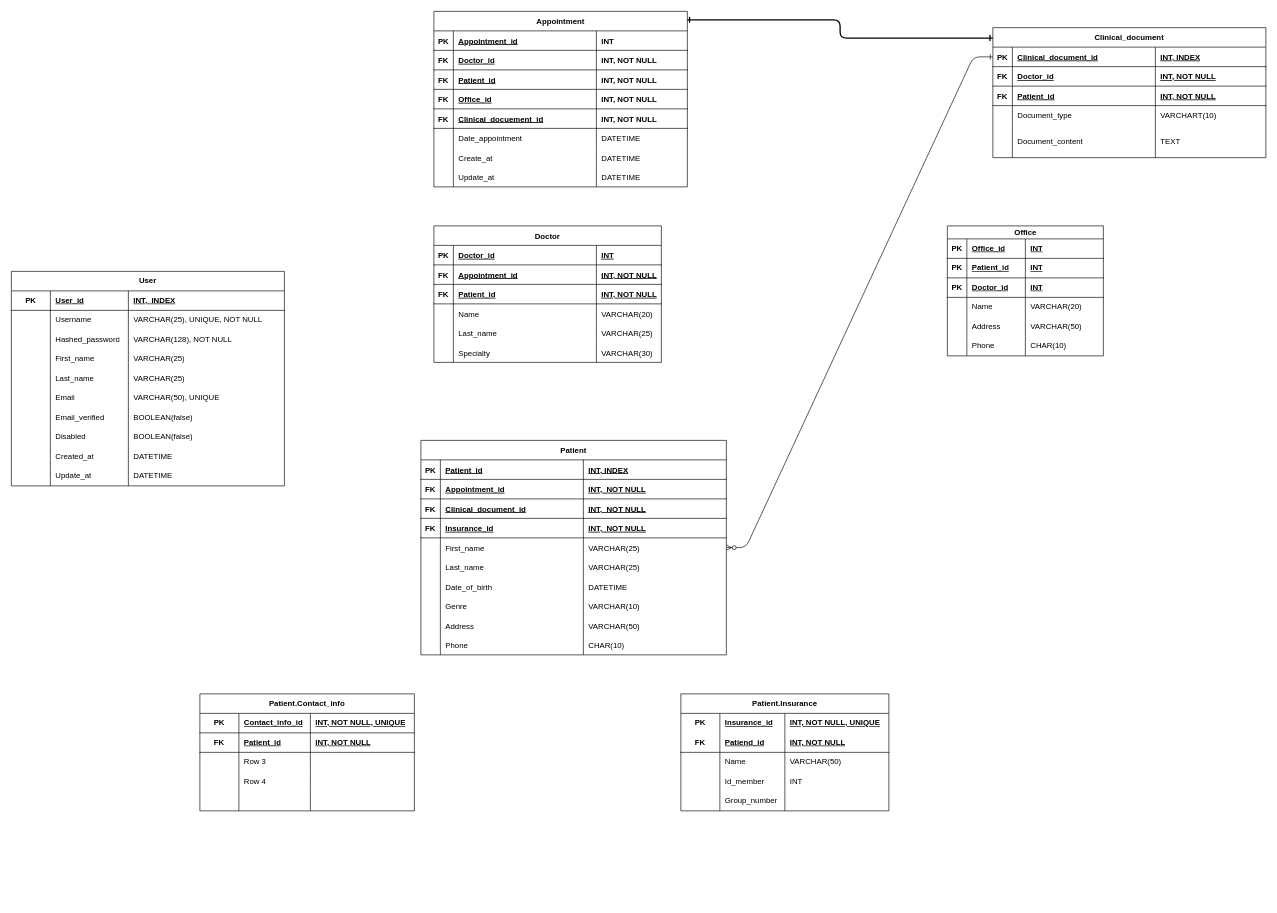
The draw.io diagram assets/Medipro - Diagrama Entidad-Relación.drawio in No-Country/s10-18-n-python-react, before the edit. Source tidied: cells renumbered, new cells numbered last; positions are measured from the earlier drawing's top-left corner, leaving out a move shared by most shapes. Both pictures are drawn from the tidied source at 65%, with x=0, y=0 at pixel (11, 11).
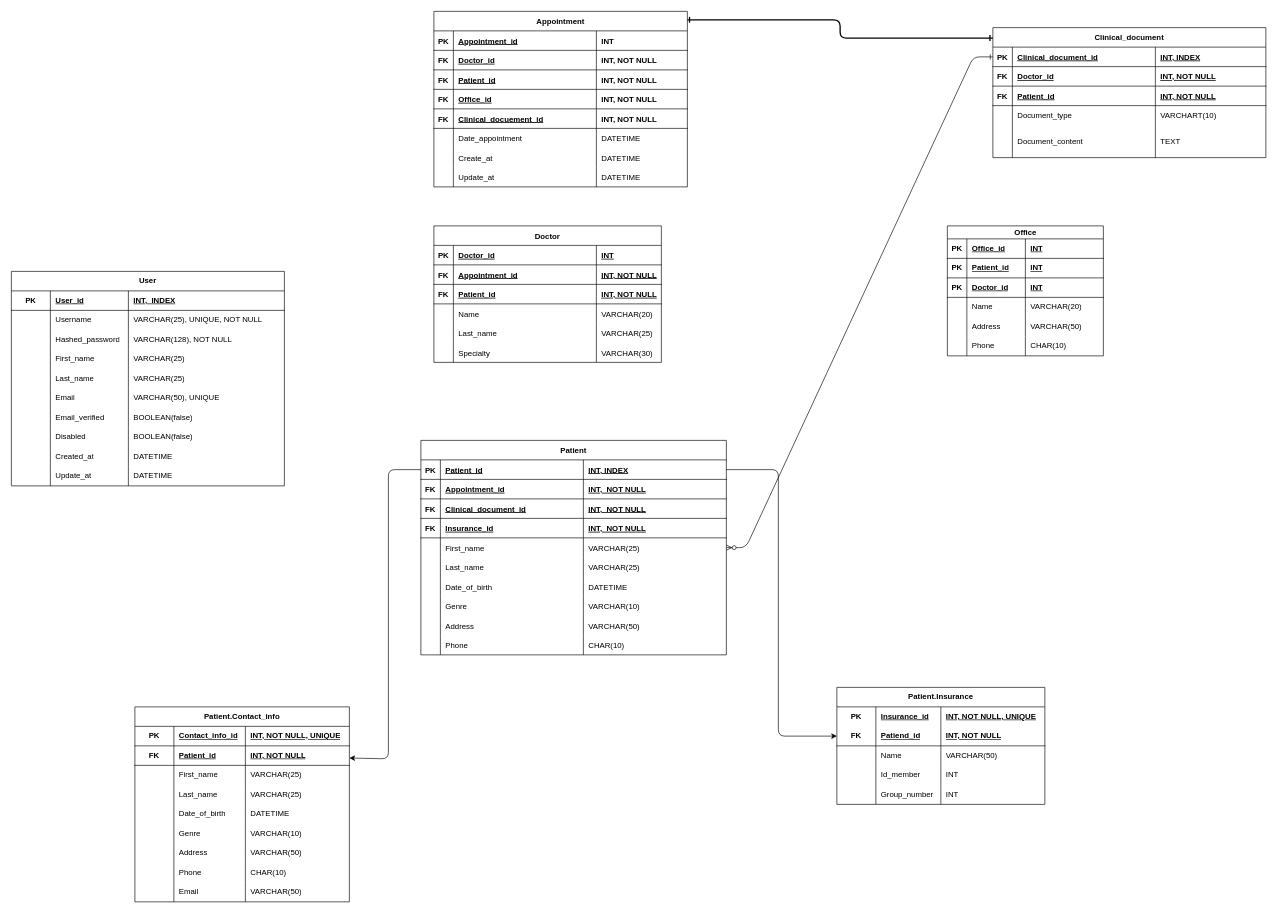
Above is the later version.

Commit message:
chore: ERD complete

The change refers to these unchanged cells:
```xml
<mxCell id="25" style="shape=partialRectangle;fillColor=none;points=[[0,0.5],[1,0.5]];portConstraint=eastwest;top=0;left=0;right=0;bottom=1;" parent="24" vertex="1">
  <mxGeometry y="30" width="470" height="30" as="geometry" />
</mxCell>
<mxCell id="196" style="shape=tableRow;horizontal=0;startSize=0;swimlaneHead=0;swimlaneBody=0;fillColor=none;points=[[0,0.5],[1,0.5]];portConstraint=eastwest;top=0;left=0;right=0;bottom=1;html=1;" parent="191" vertex="1">
  <mxGeometry y="60" width="320" height="30" as="geometry" />
</mxCell>
<mxCell id="208" style="shape=tableRow;horizontal=0;startSize=0;swimlaneHead=0;swimlaneBody=0;fillColor=none;top=0;left=0;right=0;bottom=0;html=1;" parent="191" vertex="1">
  <mxGeometry y="150" width="320" height="30" as="geometry" />
</mxCell>
<mxCell id="217" style="shape=tableRow;horizontal=0;startSize=0;swimlaneHead=0;swimlaneBody=0;fillColor=none;points=[[0,0.5],[1,0.5]];portConstraint=eastwest;top=0;left=0;right=0;bottom=1;html=1;" parent="212" vertex="1">
  <mxGeometry y="60" width="330" height="30" as="geometry" />
</mxCell>
<mxCell id="221" style="shape=tableRow;horizontal=0;startSize=0;swimlaneHead=0;swimlaneBody=0;fillColor=none;top=0;left=0;right=0;bottom=0;html=1;" parent="212" vertex="1">
  <mxGeometry y="90" width="330" height="30" as="geometry" />
</mxCell>
<mxCell id="225" style="shape=tableRow;horizontal=0;startSize=0;swimlaneHead=0;swimlaneBody=0;fillColor=none;top=0;left=0;right=0;bottom=0;html=1;" parent="212" vertex="1">
  <mxGeometry y="120" width="330" height="30" as="geometry" />
</mxCell>
<mxCell id="229" style="shape=tableRow;horizontal=0;startSize=0;swimlaneHead=0;swimlaneBody=0;fillColor=none;top=0;left=0;right=0;bottom=0;html=1;" parent="212" vertex="1">
  <mxGeometry y="150" width="330" height="30" as="geometry" />
</mxCell>
```

The edit, as a diff of the source:
```diff
@@
     <mxCell id="191" value="Patient.Insurance" style="shape=table;startSize=30;childLayout=tableLayout;rowLines=0;fontStyle=1;align=center;html=1;whiteSpace=wrap;" parent="1" vertex="1">
-      <mxGeometry x="1030" y="1050" width="320" height="180" as="geometry" />
+      <mxGeometry x="1270" y="1040" width="320" height="180" as="geometry" />
     </mxCell>
@@
-    <mxCell id="211" style="shape=partialRectangle;fillColor=none;top=0;left=0;bottom=0;right=0;align=left;spacingLeft=6;overflow=hidden;html=1;whiteSpace=wrap;" parent="208" vertex="1">
+    <mxCell id="211" value="INT" style="shape=partialRectangle;fillColor=none;top=0;left=0;bottom=0;right=0;align=left;spacingLeft=6;overflow=hidden;html=1;whiteSpace=wrap;" parent="208" vertex="1">
       <mxGeometry x="160" width="160" height="30" as="geometry" />
     </mxCell>
     <mxCell id="212" value="Patient.Contact_info" style="shape=table;startSize=30;childLayout=tableLayout;rowLines=0;fontStyle=1;align=center;html=1;whiteSpace=wrap;" parent="1" vertex="1">
-      <mxGeometry x="290" y="1050" width="330" height="180" as="geometry" />
+      <mxGeometry x="190" y="1070" width="330" height="300" as="geometry" />
     </mxCell>
@@
-    <mxCell id="223" value="Row 3" style="shape=partialRectangle;fillColor=none;top=0;left=0;bottom=0;right=0;align=left;spacingLeft=6;overflow=hidden;html=1;whiteSpace=wrap;" parent="221" vertex="1">
+    <mxCell id="223" value="First_name" style="shape=partialRectangle;fillColor=none;top=0;left=0;bottom=0;right=0;align=left;spacingLeft=6;overflow=hidden;html=1;whiteSpace=wrap;" parent="221" vertex="1">
       <mxGeometry x="60" width="110" height="30" as="geometry" />
     </mxCell>
-    <mxCell id="224" style="shape=partialRectangle;fillColor=none;top=0;left=0;bottom=0;right=0;align=left;spacingLeft=6;overflow=hidden;html=1;whiteSpace=wrap;" parent="221" vertex="1">
+    <mxCell id="224" value="&lt;span style=&quot;&quot;&gt;VARCHAR(25)&lt;/span&gt;" style="shape=partialRectangle;fillColor=none;top=0;left=0;bottom=0;right=0;align=left;spacingLeft=6;overflow=hidden;html=1;whiteSpace=wrap;" parent="221" vertex="1">
       <mxGeometry x="170" width="160" height="30" as="geometry" />
     </mxCell>
@@
-    <mxCell id="227" value="Row 4" style="shape=partialRectangle;fillColor=none;top=0;left=0;bottom=0;right=0;align=left;spacingLeft=6;overflow=hidden;html=1;whiteSpace=wrap;" parent="225" vertex="1">
+    <mxCell id="227" value="Last_name" style="shape=partialRectangle;fillColor=none;top=0;left=0;bottom=0;right=0;align=left;spacingLeft=6;overflow=hidden;html=1;whiteSpace=wrap;" parent="225" vertex="1">
       <mxGeometry x="60" width="110" height="30" as="geometry" />
     </mxCell>
-    <mxCell id="228" style="shape=partialRectangle;fillColor=none;top=0;left=0;bottom=0;right=0;align=left;spacingLeft=6;overflow=hidden;html=1;whiteSpace=wrap;" parent="225" vertex="1">
+    <mxCell id="228" value="&lt;span style=&quot;&quot;&gt;VARCHAR(25)&lt;/span&gt;" style="shape=partialRectangle;fillColor=none;top=0;left=0;bottom=0;right=0;align=left;spacingLeft=6;overflow=hidden;html=1;whiteSpace=wrap;" parent="225" vertex="1">
       <mxGeometry x="170" width="160" height="30" as="geometry" />
     </mxCell>
@@
-    <mxCell id="231" style="shape=partialRectangle;fillColor=none;top=0;left=0;bottom=0;right=0;align=left;spacingLeft=6;overflow=hidden;html=1;whiteSpace=wrap;" parent="229" vertex="1">
+    <mxCell id="231" value="&lt;span style=&quot;&quot;&gt;Date_of_birth&lt;/span&gt;" style="shape=partialRectangle;fillColor=none;top=0;left=0;bottom=0;right=0;align=left;spacingLeft=6;overflow=hidden;html=1;whiteSpace=wrap;" parent="229" vertex="1">
       <mxGeometry x="60" width="110" height="30" as="geometry" />
     </mxCell>
-    <mxCell id="232" style="shape=partialRectangle;fillColor=none;top=0;left=0;bottom=0;right=0;align=left;spacingLeft=6;overflow=hidden;html=1;whiteSpace=wrap;" parent="229" vertex="1">
+    <mxCell id="232" value="&lt;span style=&quot;&quot;&gt;DATETIME&lt;/span&gt;" style="shape=partialRectangle;fillColor=none;top=0;left=0;bottom=0;right=0;align=left;spacingLeft=6;overflow=hidden;html=1;whiteSpace=wrap;" parent="229" vertex="1">
       <mxGeometry x="170" width="160" height="30" as="geometry" />
     </mxCell>
+    <mxCell id="233" style="shape=tableRow;horizontal=0;startSize=0;swimlaneHead=0;swimlaneBody=0;fillColor=none;top=0;left=0;right=0;bottom=0;html=1;" parent="212" vertex="1">
+      <mxGeometry y="180" width="330" height="30" as="geometry" />
+    </mxCell>
+    <mxCell id="234" style="shape=partialRectangle;fillColor=none;top=0;left=0;bottom=0;right=0;overflow=hidden;html=1;whiteSpace=wrap;" parent="233" vertex="1">
+      <mxGeometry width="60" height="30" as="geometry" />
+    </mxCell>
+    <mxCell id="235" value="Genre" style="shape=partialRectangle;fillColor=none;top=0;left=0;bottom=0;right=0;align=left;spacingLeft=6;overflow=hidden;html=1;whiteSpace=wrap;" parent="233" vertex="1">
+      <mxGeometry x="60" width="110" height="30" as="geometry" />
+    </mxCell>
+    <mxCell id="236" value="&lt;span style=&quot;&quot;&gt;VARCHAR(10)&lt;/span&gt;" style="shape=partialRectangle;fillColor=none;top=0;left=0;bottom=0;right=0;align=left;spacingLeft=6;overflow=hidden;html=1;whiteSpace=wrap;" parent="233" vertex="1">
+      <mxGeometry x="170" width="160" height="30" as="geometry" />
+    </mxCell>
+    <mxCell id="237" style="shape=tableRow;horizontal=0;startSize=0;swimlaneHead=0;swimlaneBody=0;fillColor=none;top=0;left=0;right=0;bottom=0;html=1;" parent="212" vertex="1">
+      <mxGeometry y="210" width="330" height="30" as="geometry" />
+    </mxCell>
+    <mxCell id="238" style="shape=partialRectangle;fillColor=none;top=0;left=0;bottom=0;right=0;overflow=hidden;html=1;whiteSpace=wrap;" parent="237" vertex="1">
+      <mxGeometry width="60" height="30" as="geometry" />
+    </mxCell>
+    <mxCell id="239" value="Address" style="shape=partialRectangle;fillColor=none;top=0;left=0;bottom=0;right=0;align=left;spacingLeft=6;overflow=hidden;html=1;whiteSpace=wrap;" parent="237" vertex="1">
+      <mxGeometry x="60" width="110" height="30" as="geometry" />
+    </mxCell>
+    <mxCell id="240" value="&lt;span style=&quot;&quot;&gt;VARCHAR(50)&lt;/span&gt;" style="shape=partialRectangle;fillColor=none;top=0;left=0;bottom=0;right=0;align=left;spacingLeft=6;overflow=hidden;html=1;whiteSpace=wrap;" parent="237" vertex="1">
+      <mxGeometry x="170" width="160" height="30" as="geometry" />
+    </mxCell>
+    <mxCell id="241" style="shape=tableRow;horizontal=0;startSize=0;swimlaneHead=0;swimlaneBody=0;fillColor=none;top=0;left=0;right=0;bottom=0;html=1;" parent="212" vertex="1">
+      <mxGeometry y="240" width="330" height="30" as="geometry" />
+    </mxCell>
+    <mxCell id="242" style="shape=partialRectangle;fillColor=none;top=0;left=0;bottom=0;right=0;overflow=hidden;html=1;whiteSpace=wrap;" parent="241" vertex="1">
+      <mxGeometry width="60" height="30" as="geometry" />
+    </mxCell>
+    <mxCell id="243" value="Phone" style="shape=partialRectangle;fillColor=none;top=0;left=0;bottom=0;right=0;align=left;spacingLeft=6;overflow=hidden;html=1;whiteSpace=wrap;" parent="241" vertex="1">
+      <mxGeometry x="60" width="110" height="30" as="geometry" />
+    </mxCell>
+    <mxCell id="244" value="CHAR(10)" style="shape=partialRectangle;fillColor=none;top=0;left=0;bottom=0;right=0;align=left;spacingLeft=6;overflow=hidden;html=1;whiteSpace=wrap;" parent="241" vertex="1">
+      <mxGeometry x="170" width="160" height="30" as="geometry" />
+    </mxCell>
+    <mxCell id="245" style="shape=tableRow;horizontal=0;startSize=0;swimlaneHead=0;swimlaneBody=0;fillColor=none;top=0;left=0;right=0;bottom=0;html=1;" parent="212" vertex="1">
+      <mxGeometry y="270" width="330" height="30" as="geometry" />
+    </mxCell>
+    <mxCell id="246" style="shape=partialRectangle;fillColor=none;top=0;left=0;bottom=0;right=0;overflow=hidden;html=1;whiteSpace=wrap;" parent="245" vertex="1">
+      <mxGeometry width="60" height="30" as="geometry" />
+    </mxCell>
+    <mxCell id="247" value="Email" style="shape=partialRectangle;fillColor=none;top=0;left=0;bottom=0;right=0;align=left;spacingLeft=6;overflow=hidden;html=1;whiteSpace=wrap;" parent="245" vertex="1">
+      <mxGeometry x="60" width="110" height="30" as="geometry" />
+    </mxCell>
+    <mxCell id="248" value="VARCHAR(50)" style="shape=partialRectangle;fillColor=none;top=0;left=0;bottom=0;right=0;align=left;spacingLeft=6;overflow=hidden;html=1;whiteSpace=wrap;" parent="245" vertex="1">
+      <mxGeometry x="170" width="160" height="30" as="geometry" />
+    </mxCell>
+    <mxCell id="249" style="edgeStyle=none;html=1;exitX=0;exitY=0.5;exitDx=0;exitDy=0;" parent="1" edge="1" source="25" target="217">
+      <mxGeometry relative="1" as="geometry">
+        <Array as="points">
+          <mxPoint x="580" y="705" />
+          <mxPoint x="580" y="1150" />
+        </Array>
+      </mxGeometry>
+    </mxCell>
+    <mxCell id="250" style="edgeStyle=none;html=1;exitX=1;exitY=0.5;exitDx=0;exitDy=0;entryX=0;entryY=0.5;entryDx=0;entryDy=0;" parent="1" edge="1" source="25" target="196">
+      <mxGeometry relative="1" as="geometry">
+        <Array as="points">
+          <mxPoint x="1180" y="705" />
+          <mxPoint x="1180" y="1115" />
+        </Array>
+      </mxGeometry>
+    </mxCell>
```
